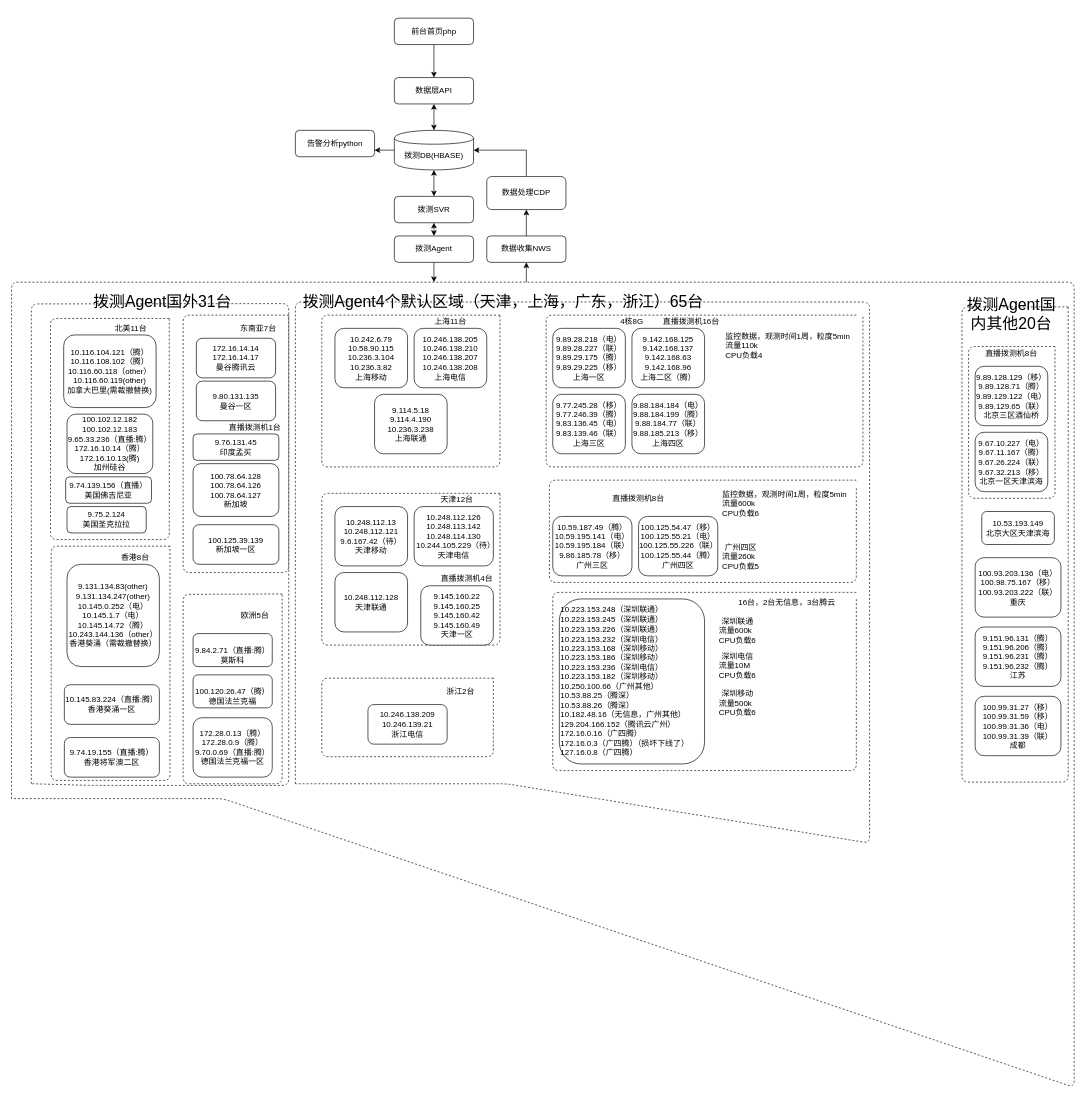
Before: yun_cat_ architecture_monitor.drawio in Henryblankwu/untitled7, a draw.io diagram. Source tidied: cells renumbered, new cells numbered last; positions are measured from the earlier drawing's top-left corner, leaving out a move shared by most shapes. Both pictures are drawn from the tidied source at 66%, with x=0, y=0 at pixel (11, 18).
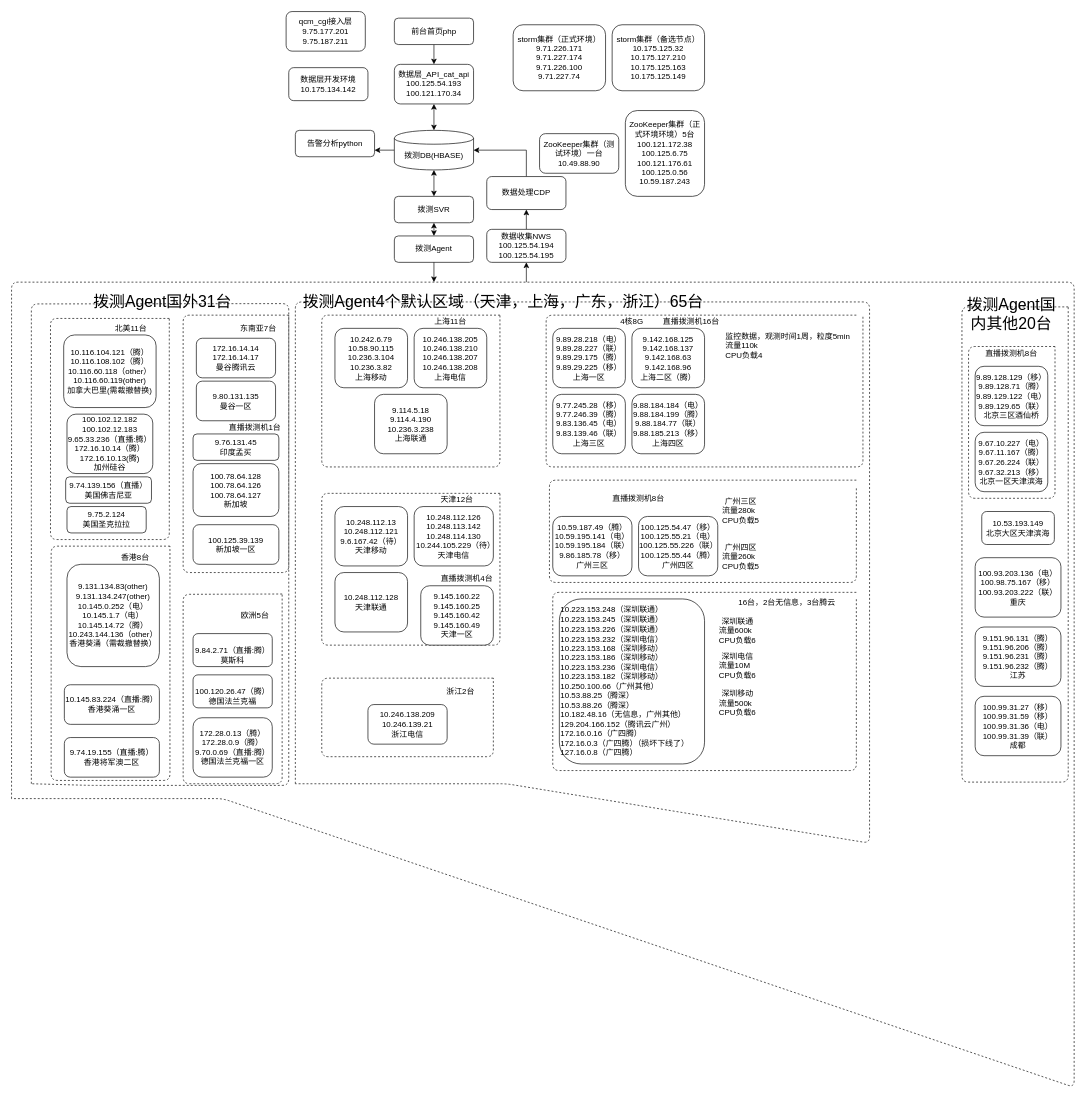
Above is the later version.

Change to the diagram source:
```diff
@@
-    <mxCell id="4" value="数据层API" style="rounded=1;whiteSpace=wrap;html=1;" parent="1" vertex="1">
-      <mxGeometry x="580" y="90" width="120" height="40" as="geometry" />
+    <mxCell id="4" value="数据层_API_cat_api&lt;br&gt;&lt;div&gt;100.125.54.193&lt;/div&gt;&lt;div&gt;100.121.170.34&lt;/div&gt;" style="rounded=1;whiteSpace=wrap;html=1;" parent="1" vertex="1">
+      <mxGeometry x="580" y="70" width="120" height="60" as="geometry" />
     </mxCell>
@@
-    <mxCell id="70" value="数据收集NWS" style="rounded=1;whiteSpace=wrap;html=1;" parent="1" vertex="1">
-      <mxGeometry x="720" y="330" width="120" height="40" as="geometry" />
+    <mxCell id="70" value="数据收集NWS&lt;br&gt;&lt;div&gt;100.125.54.194&lt;/div&gt;&lt;div&gt;100.125.54.195&lt;/div&gt;" style="rounded=1;whiteSpace=wrap;html=1;" parent="1" vertex="1">
+      <mxGeometry x="720" y="320" width="120" height="50" as="geometry" />
     </mxCell>
@@
-    <mxCell id="89" value="&lt;span style=&quot;font-family: &amp;#34;helvetica&amp;#34; ; font-size: 12px ; font-style: normal ; font-weight: normal ; letter-spacing: normal ; text-align: center ; text-indent: 0px ; text-transform: none ; word-spacing: 0px ; text-decoration: none ; float: none ; display: inline&quot;&gt;监控数据，观测时间1周，粒度5min&lt;/span&gt;&lt;br style=&quot;font-family: &amp;#34;helvetica&amp;#34; ; font-size: 12px ; font-style: normal ; font-weight: normal ; letter-spacing: normal ; text-align: center ; text-indent: 0px ; text-transform: none ; word-spacing: 0px ; text-decoration: none&quot;&gt;&lt;span style=&quot;font-family: &amp;#34;helvetica&amp;#34; ; font-size: 12px ; font-style: normal ; font-weight: normal ; letter-spacing: normal ; text-align: center ; text-indent: 0px ; text-transform: none ; word-spacing: 0px ; text-decoration: none ; float: none ; display: inline&quot;&gt;流量600k&lt;/span&gt;&lt;br style=&quot;font-family: &amp;#34;helvetica&amp;#34; ; font-size: 12px ; font-style: normal ; font-weight: normal ; letter-spacing: normal ; text-align: center ; text-indent: 0px ; text-transform: none ; word-spacing: 0px ; text-decoration: none&quot;&gt;&lt;span style=&quot;font-family: &amp;#34;helvetica&amp;#34; ; font-size: 12px ; font-style: normal ; font-weight: normal ; letter-spacing: normal ; text-align: center ; text-indent: 0px ; text-transform: none ; word-spacing: 0px ; text-decoration: none ; float: none ; display: inline&quot;&gt;CPU负载6&lt;/span&gt;" style="text;whiteSpace=wrap;html=1;" parent="1" vertex="1">
-      <mxGeometry x="1075" y="707.5" width="210" height="60" as="geometry" />
-    </mxCell>
@@
+    <mxCell id="93" value="&lt;div style=&quot;text-align: center&quot;&gt;&lt;font face=&quot;helvetica&quot;&gt;广州三区&lt;/font&gt;&lt;/div&gt;&lt;span style=&quot;font-family: &amp;#34;helvetica&amp;#34; ; font-size: 12px ; font-style: normal ; font-weight: normal ; letter-spacing: normal ; text-align: center ; text-indent: 0px ; text-transform: none ; word-spacing: 0px ; text-decoration: none ; float: none ; display: inline&quot;&gt;流量280k&amp;nbsp;&lt;/span&gt;&lt;br style=&quot;font-family: &amp;#34;helvetica&amp;#34; ; font-size: 12px ; font-style: normal ; font-weight: normal ; letter-spacing: normal ; text-align: center ; text-indent: 0px ; text-transform: none ; word-spacing: 0px ; text-decoration: none&quot;&gt;&lt;span style=&quot;font-family: &amp;#34;helvetica&amp;#34; ; font-size: 12px ; font-style: normal ; font-weight: normal ; letter-spacing: normal ; text-align: center ; text-indent: 0px ; text-transform: none ; word-spacing: 0px ; text-decoration: none ; float: none ; display: inline&quot;&gt;CPU负载5&lt;/span&gt;" style="text;whiteSpace=wrap;html=1;" parent="1" vertex="1">
+      <mxGeometry x="1075" y="717.5" width="210" height="60" as="geometry" />
+    </mxCell>
+    <mxCell id="94" value="&lt;span&gt;ZooKeeper集群（正式环境环境）5台&lt;/span&gt;&lt;br&gt;&lt;div&gt;100.121.172.38&lt;/div&gt;&lt;div&gt;100.125.6.75&lt;/div&gt;&lt;div&gt;100.121.176.61&lt;/div&gt;&lt;div&gt;100.125.0.56&lt;/div&gt;&lt;div&gt;10.59.187.243&lt;/div&gt;" style="rounded=1;whiteSpace=wrap;html=1;" parent="1" vertex="1">
+      <mxGeometry x="930" y="140" width="120" height="130" as="geometry" />
+    </mxCell>
+    <mxCell id="95" value="&lt;span&gt;ZooKeeper集群（测试环境）一台&lt;/span&gt;&lt;br&gt;&lt;span&gt;10.49.88.90&lt;/span&gt;" style="rounded=1;whiteSpace=wrap;html=1;" parent="1" vertex="1">
+      <mxGeometry x="800" y="175" width="120" height="60" as="geometry" />
+    </mxCell>
+    <mxCell id="96" value="&lt;div&gt;storm集群（备选节点）&lt;/div&gt;&lt;div&gt;10.175.125.32&lt;/div&gt;&lt;div&gt;10.175.127.210&lt;/div&gt;&lt;div&gt;10.175.125.163&lt;/div&gt;&lt;div&gt;10.175.125.149&lt;/div&gt;" style="rounded=1;whiteSpace=wrap;html=1;" parent="1" vertex="1">
+      <mxGeometry x="910" y="10" width="140" height="100" as="geometry" />
+    </mxCell>
+    <mxCell id="97" value="&lt;div&gt;storm集群（正式环境）&lt;/div&gt;&lt;div&gt;&lt;div&gt;9.71.226.171&lt;/div&gt;&lt;div&gt;9.71.227.174&lt;/div&gt;&lt;div&gt;9.71.226.100&lt;/div&gt;&lt;div&gt;9.71.227.74&lt;/div&gt;&lt;/div&gt;" style="rounded=1;whiteSpace=wrap;html=1;" parent="1" vertex="1">
+      <mxGeometry x="760" y="10" width="140" height="100" as="geometry" />
+    </mxCell>
+    <mxCell id="98" value="数据层开发环境&lt;br&gt;10.175.134.142" style="rounded=1;whiteSpace=wrap;html=1;" parent="1" vertex="1">
+      <mxGeometry x="420" y="75" width="120" height="50" as="geometry" />
+    </mxCell>
+    <mxCell id="99" value="qcm_cgi接入层&lt;br&gt;9.75.177.201&lt;br&gt;9.75.187.211" style="rounded=1;whiteSpace=wrap;html=1;" parent="1" vertex="1">
+      <mxGeometry x="416" y="-10" width="120" height="60" as="geometry" />
+    </mxCell>
```
